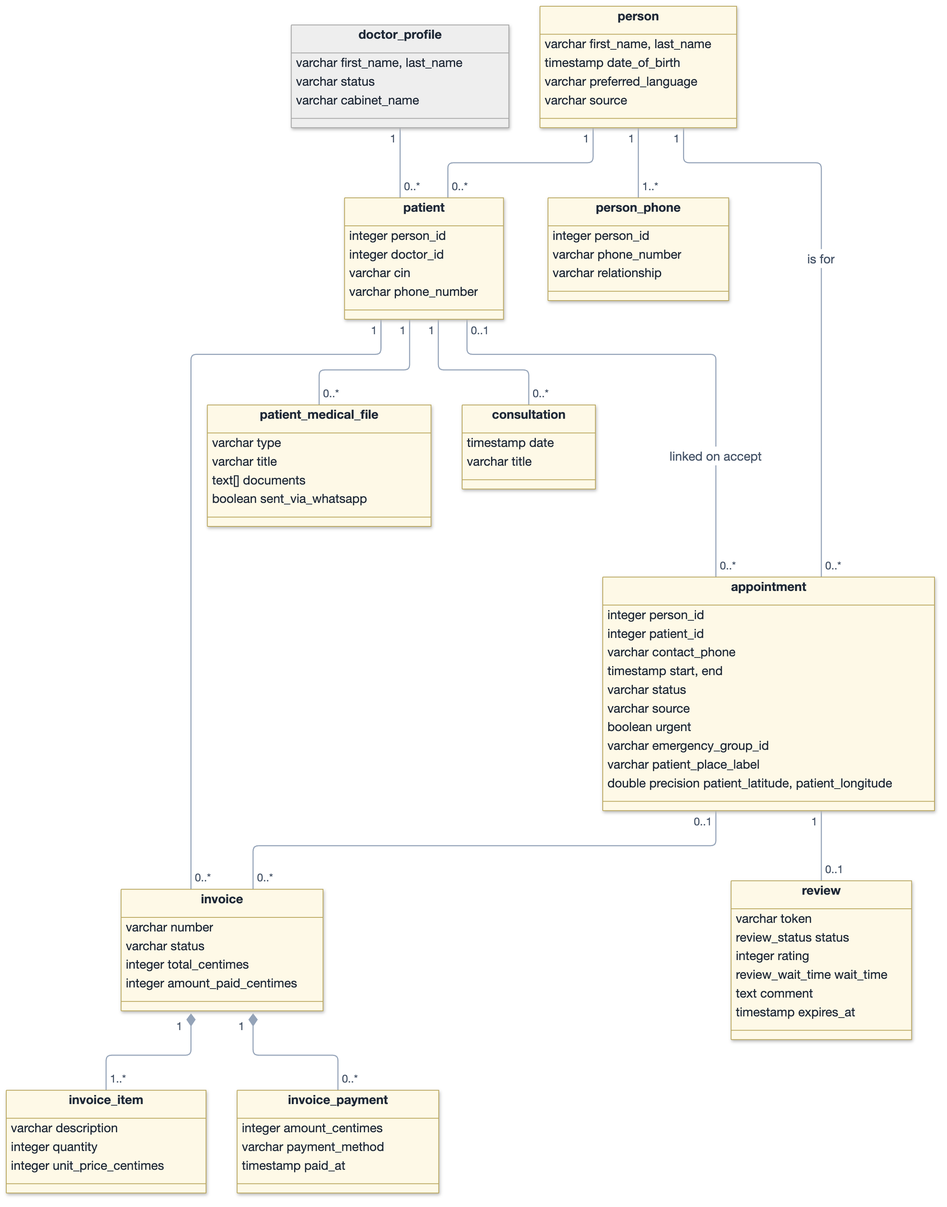
AtriOmar/riaya-report keeps this Mermaid diagram as images/diagrams/class_diagram_people_care.png. Above is the earlier version. Its source is kept beside it as images/diagrams/src/class_diagram_people_care.mmd.
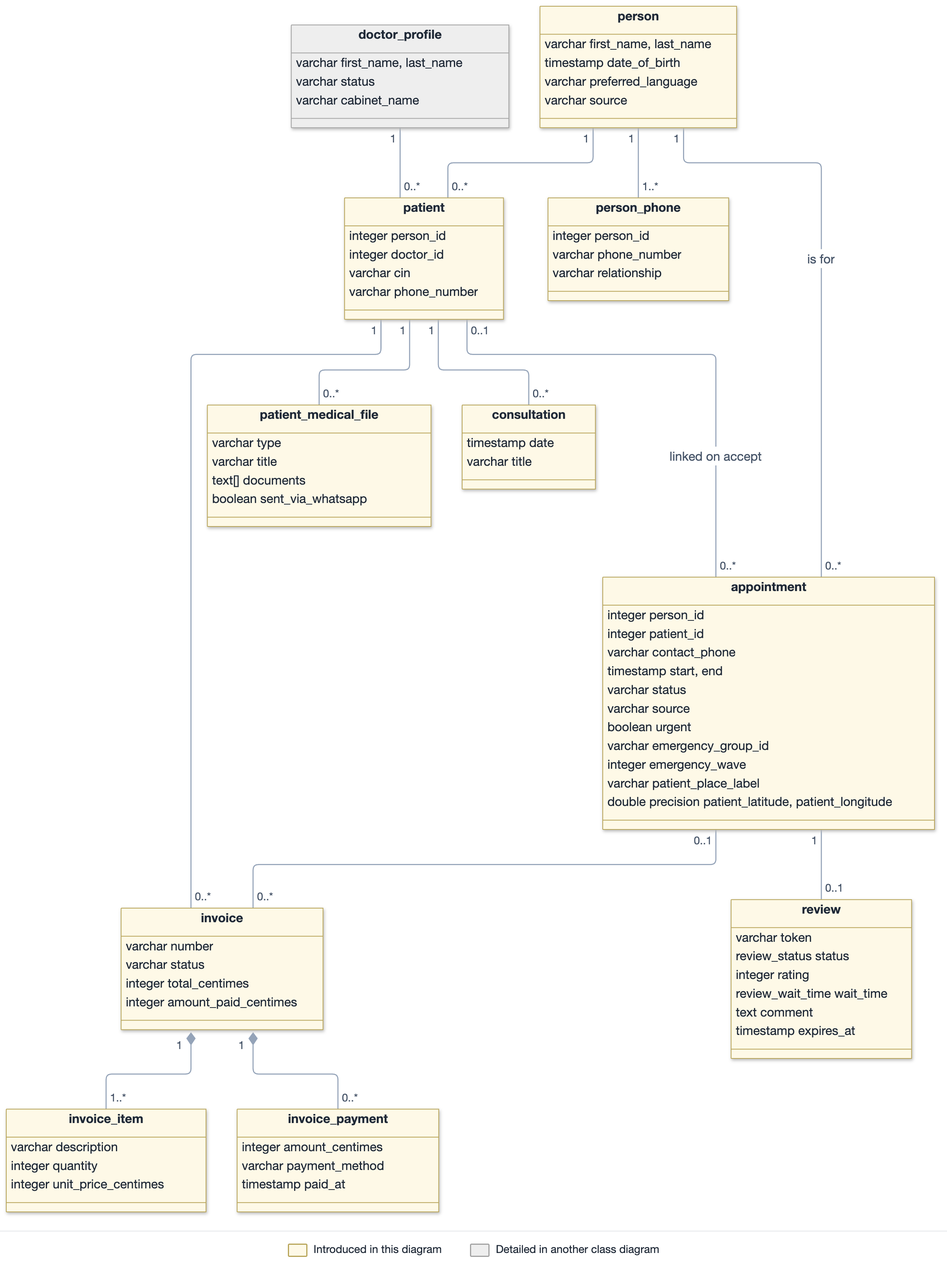
Later version of the same file.

Commit message:
Add emergency_wave and a color legend to the class diagrams

Change to the diagram source:
```diff
@@ -32,6 +32,7 @@
   varchar source
   boolean urgent
   varchar emergency_group_id
+  integer emergency_wave
   varchar patient_place_label
   double precision patient_latitude, patient_longitude
 }
```
